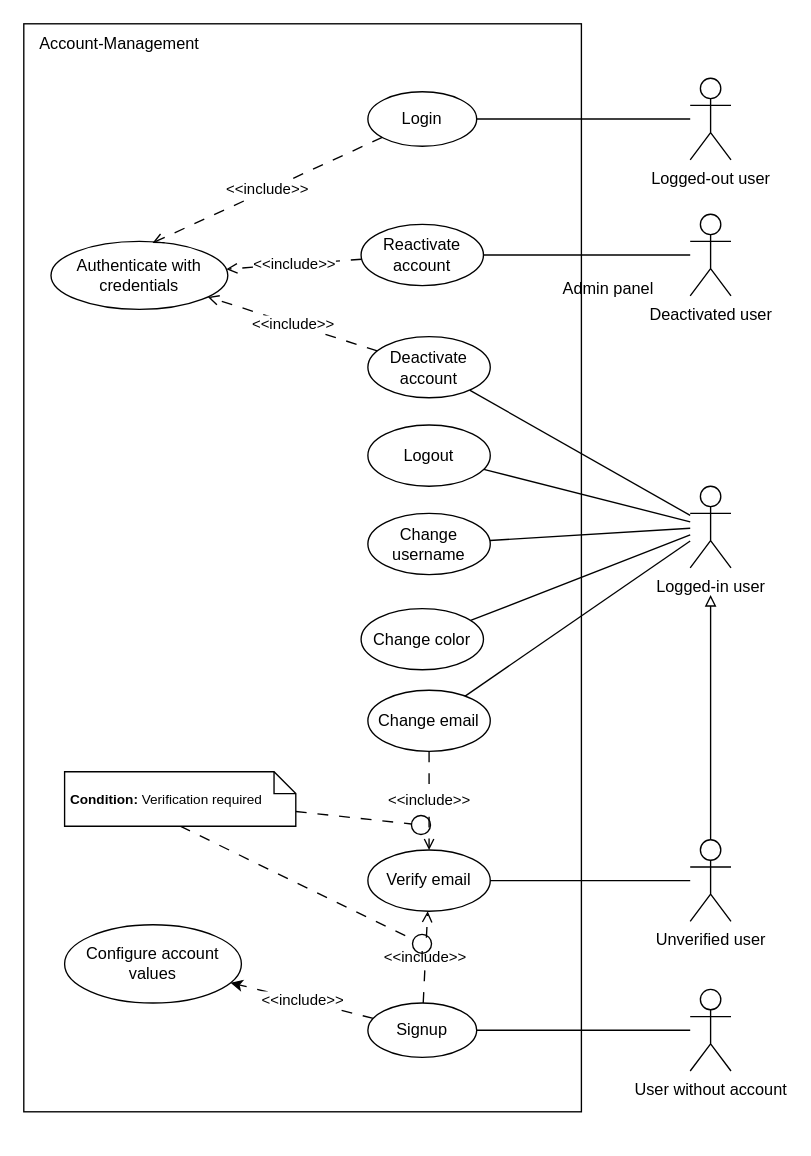
Earlier version of the draw.io diagram media/use-cases/src/account-management.drawio (replic-read/requirements). Source tidied: cells renumbered, new cells numbered last; positions are measured from the earlier drawing's top-left corner, leaving out a move shared by most shapes. Both pictures are drawn from the tidied source at 136%, with x=0, y=0 at pixel (23, 23).
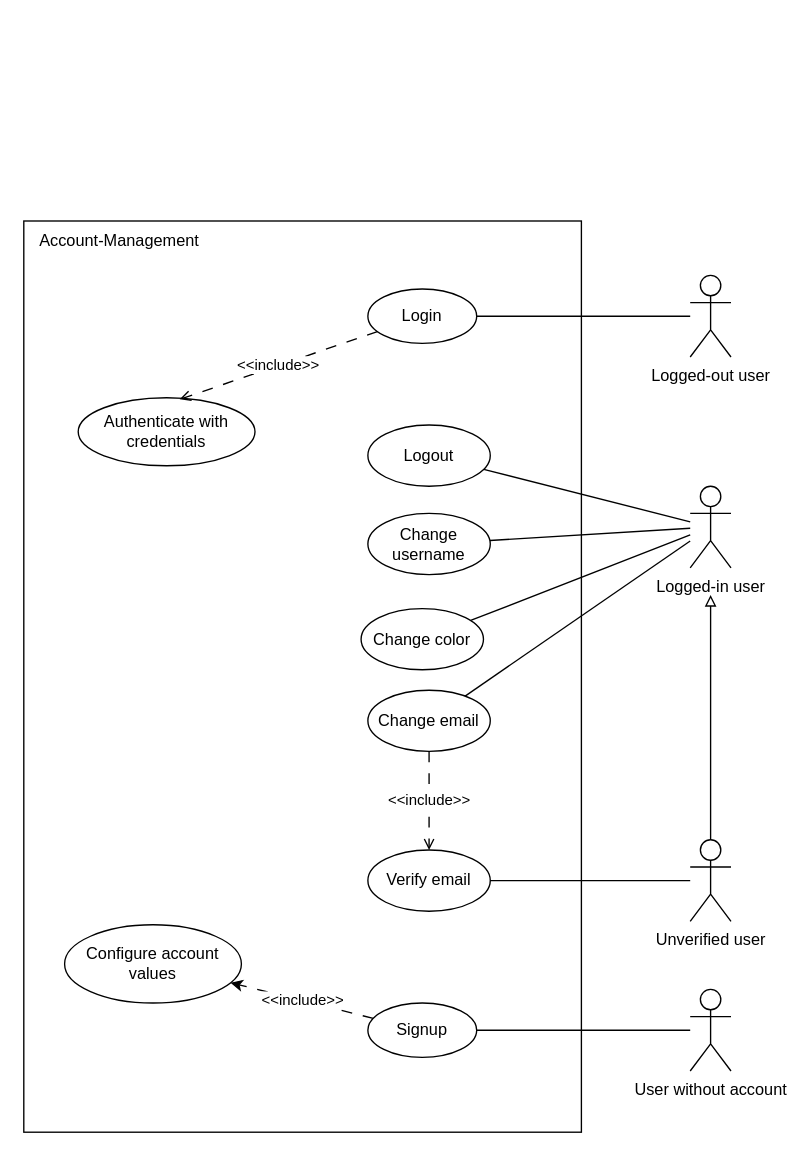
Above is the later version.

Commit message (it also covers changes not shown here):
Update account-management media

Unchanged cells that the change refers to:
```xml
<mxCell id="17" value="Signup" style="ellipse;whiteSpace=wrap;html=1;" parent="1" vertex="1">
  <mxGeometry x="253" y="720" width="80" height="40" as="geometry" />
</mxCell>
<mxCell id="24" value="Logged-in user" style="shape=umlActor;verticalLabelPosition=bottom;verticalAlign=top;html=1;" parent="1" vertex="1">
  <mxGeometry x="490" y="340" width="30" height="60" as="geometry" />
</mxCell>
<mxCell id="32" value="Verify email" style="ellipse;whiteSpace=wrap;html=1;" parent="1" vertex="1">
  <mxGeometry x="253" y="607.5" width="90" height="45" as="geometry" />
</mxCell>
<mxCell id="35" value="Unverified user" style="shape=umlActor;verticalLabelPosition=bottom;verticalAlign=top;html=1;" parent="1" vertex="1">
  <mxGeometry x="490" y="600" width="30" height="60" as="geometry" />
</mxCell>
```

What changed in the source:
```diff
@@
-    <mxCell id="2" style="rounded=0;whiteSpace=wrap;html=1;" parent="1" vertex="1">
-      <mxGeometry width="410" height="800" as="geometry" />
-    </mxCell>
+    <mxCell id="41" style="rounded=0;whiteSpace=wrap;html=1;" parent="1" vertex="1">
+      <mxGeometry y="145" width="410" height="670" as="geometry" />
+    </mxCell>
@@
     <mxCell id="4" value="Logged-out user" style="shape=umlActor;verticalLabelPosition=bottom;verticalAlign=top;html=1;" parent="1" vertex="1">
-      <mxGeometry x="490" y="40" width="30" height="60" as="geometry" />
+      <mxGeometry x="490" y="185" width="30" height="60" as="geometry" />
     </mxCell>
     <mxCell id="5" value="Account-Management" style="text;html=1;align=center;verticalAlign=middle;strokeColor=none;fillColor=none;" parent="1" vertex="1">
-      <mxGeometry width="140" height="30" as="geometry" />
+      <mxGeometry y="145" width="140" height="30" as="geometry" />
     </mxCell>
     <mxCell id="6" value="Login" style="ellipse;whiteSpace=wrap;html=1;" parent="1" vertex="1">
-      <mxGeometry x="253" y="50" width="80" height="40" as="geometry" />
+      <mxGeometry x="253" y="195" width="80" height="40" as="geometry" />
     </mxCell>
     <mxCell id="7" value="Authenticate with credentials" style="ellipse;whiteSpace=wrap;html=1;" parent="1" vertex="1">
-      <mxGeometry x="20" y="160" width="130" height="50" as="geometry" />
+      <mxGeometry x="40" y="275" width="130" height="50" as="geometry" />
     </mxCell>
@@
-    <mxCell id="9" style="edgeStyle=orthogonalEdgeStyle;rounded=0;jettySize=auto;html=1;endArrow=none;endFill=0;" parent="1" edge="1" source="10" target="12">
-      <mxGeometry relative="1" as="geometry" />
-    </mxCell>
-    <mxCell id="10" value="Deactivated user" style="shape=umlActor;verticalLabelPosition=bottom;verticalAlign=top;html=1;" parent="1" vertex="1">
-      <mxGeometry x="490" y="140" width="30" height="60" as="geometry" />
-    </mxCell>
-    <mxCell id="11" value="&amp;lt;&amp;lt;include&amp;gt;&amp;gt;" style="rounded=0;jettySize=auto;html=1;dashed=1;dashPattern=8 8;endArrow=open;endFill=0;" parent="1" edge="1" source="12" target="7">
-      <mxGeometry relative="1" as="geometry" />
-    </mxCell>
-    <mxCell id="12" value="Reactivate account" style="ellipse;whiteSpace=wrap;html=1;" parent="1" vertex="1">
-      <mxGeometry x="248" y="147.5" width="90" height="45" as="geometry" />
-    </mxCell>
@@
-    <mxCell id="16" value="&amp;lt;&amp;lt;include&amp;gt;&amp;gt;" style="rounded=0;jettySize=auto;html=1;endArrow=open;endFill=0;dashed=1;dashPattern=8 8;" parent="1" edge="1" source="17" target="32">
-      <mxGeometry relative="1" as="geometry" />
-    </mxCell>
@@
-    <mxCell id="19" style="rounded=0;jettySize=auto;html=1;endArrow=none;endFill=0;" parent="1" edge="1" source="24" target="26">
-      <mxGeometry relative="1" as="geometry" />
-    </mxCell>
@@
-    <mxCell id="25" value="&amp;lt;&amp;lt;include&amp;gt;&amp;gt;" style="rounded=0;jettySize=auto;html=1;dashed=1;dashPattern=8 8;endArrow=open;endFill=0;" parent="1" edge="1" source="26" target="7">
-      <mxGeometry relative="1" as="geometry" />
-    </mxCell>
-    <mxCell id="26" value="Deactivate account" style="ellipse;whiteSpace=wrap;html=1;" parent="1" vertex="1">
-      <mxGeometry x="253" y="230" width="90" height="45" as="geometry" />
-    </mxCell>
@@
-    <mxCell id="34" style="edgeStyle=orthogonalEdgeStyle;rounded=0;jettySize=auto;html=1;endArrow=block;endFill=0;" parent="1" edge="1" source="35">
-      <mxGeometry relative="1" as="geometry">
-        <mxPoint x="505" y="420" as="targetPoint" />
-      </mxGeometry>
-    </mxCell>
+    <mxCell id="42" style="edgeStyle=orthogonalEdgeStyle;rounded=0;jettySize=auto;html=1;endArrow=block;endFill=0;" parent="1" edge="1" source="35">
+      <mxGeometry relative="1" as="geometry">
+        <mxPoint x="505" y="420" as="targetPoint" />
+      </mxGeometry>
+    </mxCell>
@@
-    <mxCell id="36" value="Admin panel" style="text;html=1;align=center;verticalAlign=middle;whiteSpace=wrap;rounded=0;" parent="1" vertex="1">
-      <mxGeometry x="380" y="180" width="100" height="30" as="geometry" />
-    </mxCell>
-    <mxCell id="37" style="rounded=0;jettySize=auto;html=1;dashed=1;dashPattern=8 8;endArrow=circle;endFill=0;" parent="1" edge="1" source="39">
-      <mxGeometry relative="1" as="geometry">
-        <mxPoint x="300" y="590" as="targetPoint" />
-      </mxGeometry>
-    </mxCell>
-    <mxCell id="38" style="rounded=0;jettySize=auto;html=1;dashed=1;dashPattern=8 8;endArrow=circle;endFill=0;exitX=0.5;exitY=1;exitDx=0;exitDy=0;exitPerimeter=0;" parent="1" edge="1" source="39">
-      <mxGeometry relative="1" as="geometry">
-        <mxPoint x="300" y="680" as="targetPoint" />
-      </mxGeometry>
-    </mxCell>
-    <mxCell id="39" style="shape=note2;boundedLbl=1;whiteSpace=wrap;html=1;size=16;verticalAlign=top;align=center;fontSize=8;" parent="1" vertex="1">
-      <mxGeometry x="30" y="550" width="170" height="40" as="geometry" />
-    </mxCell>
-    <mxCell id="40" value="&lt;b&gt;Condition:&lt;/b&gt;&amp;nbsp;Verification required" style="text;html=1;align=center;verticalAlign=middle;whiteSpace=wrap;rounded=0;fontSize=10;" parent="1" vertex="1">
-      <mxGeometry x="30" y="555" width="150" height="30" as="geometry" />
-    </mxCell>
```
